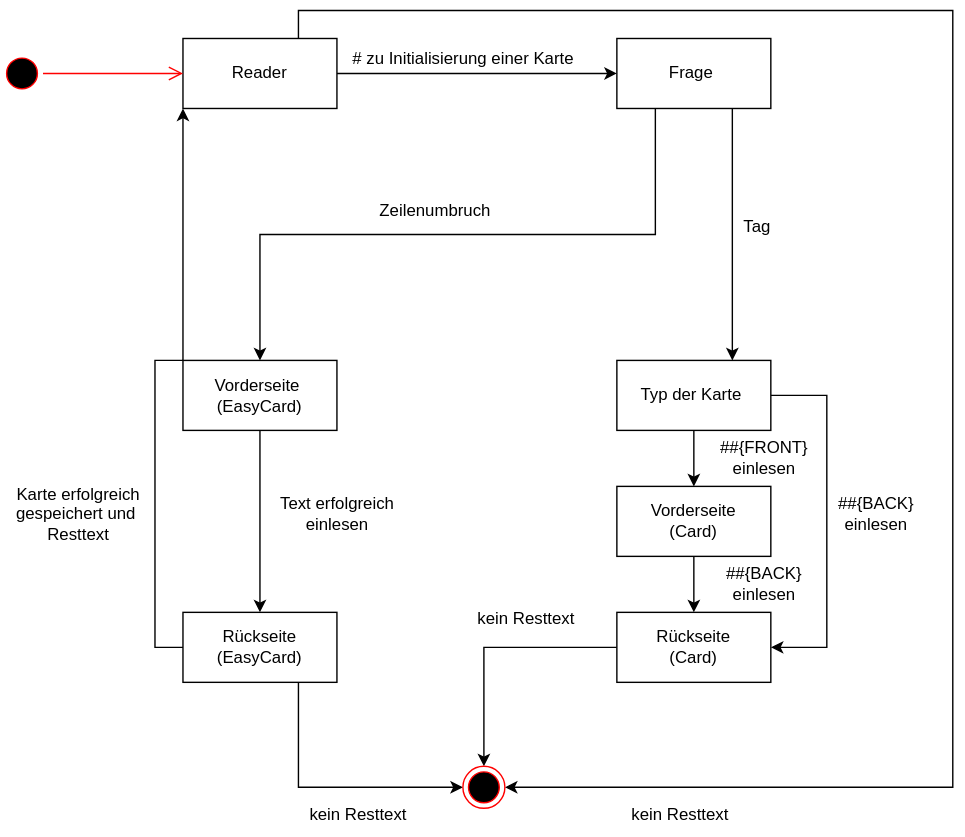
The draw.io diagram Blatt4/loader.svg in chrksa/SoftwareEngineering, before a commit. Source tidied: cells renumbered, new cells last; positions are measured from the earlier drawing's top-left corner, leaving out a move shared by most shapes.
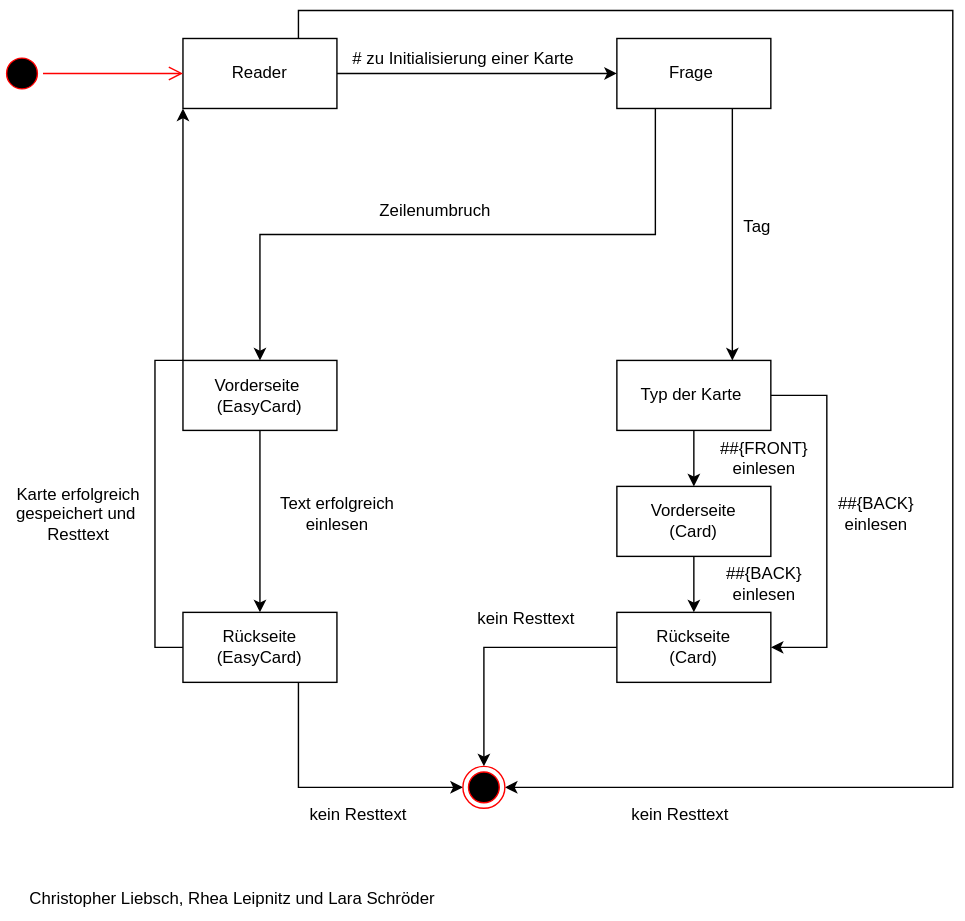
Above is the later version.

Change to the diagram source:
```diff
@@ -109,5 +109,8 @@
     <mxCell id="33" value="kein Resttext" style="text;html=1;align=center;verticalAlign=middle;strokeColor=none;fillColor=none;" parent="1" vertex="1">
       <mxGeometry x="440" y="560" width="90" height="30" as="geometry" />
     </mxCell>
+    <mxCell id="34" value="Christopher Liebsch, Rhea Leipnitz und Lara Schröder" style="text;html=1;align=center;verticalAlign=middle;strokeColor=none;fillColor=none;" parent="1" vertex="1">
+      <mxGeometry x="10" y="620" width="310" height="30" as="geometry" />
+    </mxCell>
   </root>
 </mxGraphModel>
```
